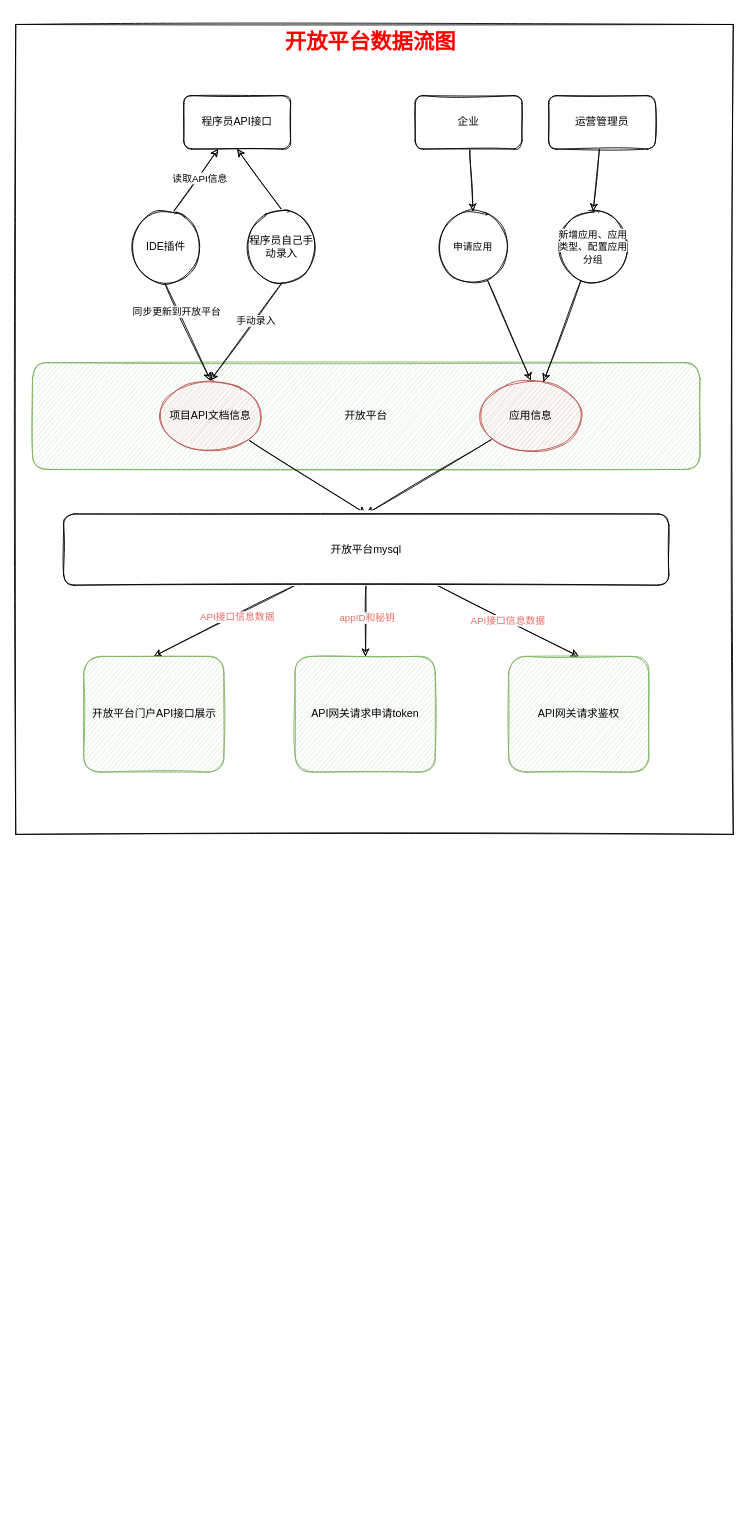
Before: 开放平台数据流图.drawio in laowang-cloud/diagrams, a draw.io diagram. Source tidied: cells renumbered, new cells numbered last; positions are measured from the earlier drawing's top-left corner, leaving out a move shared by most shapes. Both pictures are drawn from the tidied source at 89%, with x=0, y=0 at pixel (15, 24).
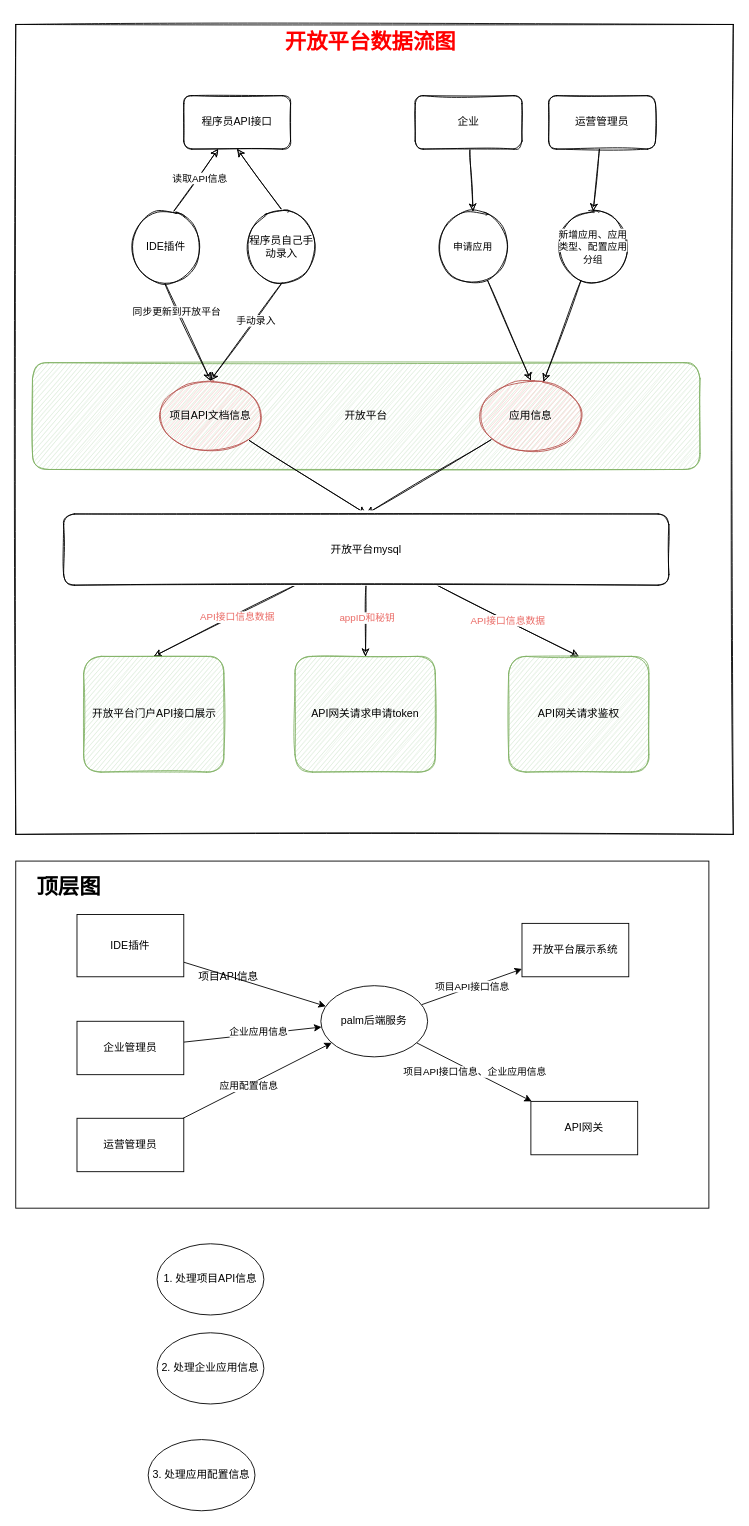
The same diagram, later.

Commit message:
更新开放平台数据流图.drawio

The edit, as a diff of the source:
```diff
@@
+    <mxCell id="37" style="rounded=0;whiteSpace=wrap;html=1;" parent="1" vertex="1">
+      <mxGeometry x="0.2" y="940" width="778.8" height="390" as="geometry" />
+    </mxCell>
@@
+    <mxCell id="38" style="edgeStyle=none;rounded=0;jettySize=auto;html=1;" parent="1" edge="1" source="39" target="42">
+      <mxGeometry relative="1" as="geometry" />
+    </mxCell>
+    <mxCell id="39" value="IDE插件" style="rounded=0;whiteSpace=wrap;html=1;" parent="1" vertex="1">
+      <mxGeometry x="69" y="1000" width="120" height="70" as="geometry" />
+    </mxCell>
+    <mxCell id="40" value="项目API接口信息" style="edgeStyle=none;rounded=0;jettySize=auto;html=1;" parent="1" edge="1" source="42" target="50">
+      <mxGeometry relative="1" as="geometry" />
+    </mxCell>
+    <mxCell id="41" value="项目API接口信息、企业应用信息" style="edgeStyle=none;rounded=0;jettySize=auto;html=1;" parent="1" edge="1" source="42" target="51">
+      <mxGeometry relative="1" as="geometry" />
+    </mxCell>
+    <mxCell id="42" value="palm后端服务" style="ellipse;whiteSpace=wrap;html=1;" parent="1" vertex="1">
+      <mxGeometry x="343" y="1080" width="120" height="80" as="geometry" />
+    </mxCell>
+    <mxCell id="43" style="edgeStyle=none;rounded=0;jettySize=auto;html=1;" parent="1" edge="1" source="45" target="42">
+      <mxGeometry relative="1" as="geometry" />
+    </mxCell>
+    <mxCell id="44" value="企业应用信息" style="edgeLabel;html=1;align=center;verticalAlign=middle;" parent="43" vertex="1">
+      <mxGeometry x="0.08" y="3" relative="1" as="geometry" />
+    </mxCell>
+    <mxCell id="45" value="企业管理员" style="rounded=0;whiteSpace=wrap;html=1;" parent="1" vertex="1">
+      <mxGeometry x="69" y="1120" width="120" height="60" as="geometry" />
+    </mxCell>
+    <mxCell id="46" style="edgeStyle=none;rounded=0;jettySize=auto;html=1;" parent="1" edge="1" source="48" target="42">
+      <mxGeometry relative="1" as="geometry" />
+    </mxCell>
+    <mxCell id="47" value="应用配置信息" style="edgeLabel;html=1;align=center;verticalAlign=middle;" parent="46" vertex="1">
+      <mxGeometry x="-0.12" relative="1" as="geometry">
+        <mxPoint y="1" as="offset" />
+      </mxGeometry>
+    </mxCell>
+    <mxCell id="48" value="运营管理员" style="rounded=0;whiteSpace=wrap;html=1;" parent="1" vertex="1">
+      <mxGeometry x="69" y="1229" width="120" height="60" as="geometry" />
+    </mxCell>
+    <mxCell id="49" value="项目API信息" style="text;html=1;align=center;verticalAlign=middle;strokeColor=none;" parent="1" vertex="1">
+      <mxGeometry x="199" y="1060" width="80" height="20" as="geometry" />
+    </mxCell>
+    <mxCell id="50" value="开放平台展示系统" style="rounded=0;whiteSpace=wrap;html=1;" parent="1" vertex="1">
+      <mxGeometry x="569" y="1010" width="120" height="60" as="geometry" />
+    </mxCell>
+    <mxCell id="51" value="API网关" style="rounded=0;whiteSpace=wrap;html=1;" parent="1" vertex="1">
+      <mxGeometry x="579" y="1210" width="120" height="60" as="geometry" />
+    </mxCell>
+    <mxCell id="52" value="&lt;h1&gt;顶层图&lt;/h1&gt;" style="text;html=1;strokeColor=none;fillColor=none;spacing=5;spacingTop=-20;whiteSpace=wrap;overflow=hidden;rounded=0;" parent="1" vertex="1">
+      <mxGeometry x="19" y="950" width="95" height="40" as="geometry" />
+    </mxCell>
+    <mxCell id="53" value="1. 处理项目API信息" style="ellipse;whiteSpace=wrap;html=1;" parent="1" vertex="1">
+      <mxGeometry x="159" y="1370" width="120" height="80" as="geometry" />
+    </mxCell>
+    <mxCell id="54" value="2. 处理企业应用信息" style="ellipse;whiteSpace=wrap;html=1;" parent="1" vertex="1">
+      <mxGeometry x="159" y="1470" width="120" height="80" as="geometry" />
+    </mxCell>
+    <mxCell id="55" value="3. 处理应用配置信息" style="ellipse;whiteSpace=wrap;html=1;" parent="1" vertex="1">
+      <mxGeometry x="149" y="1590" width="120" height="80" as="geometry" />
+    </mxCell>
```
